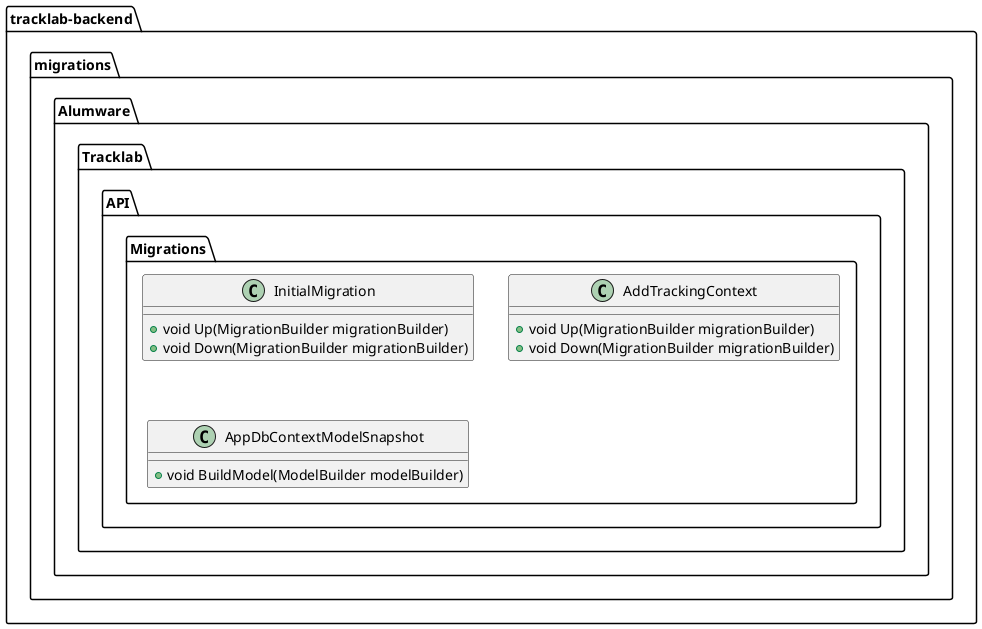
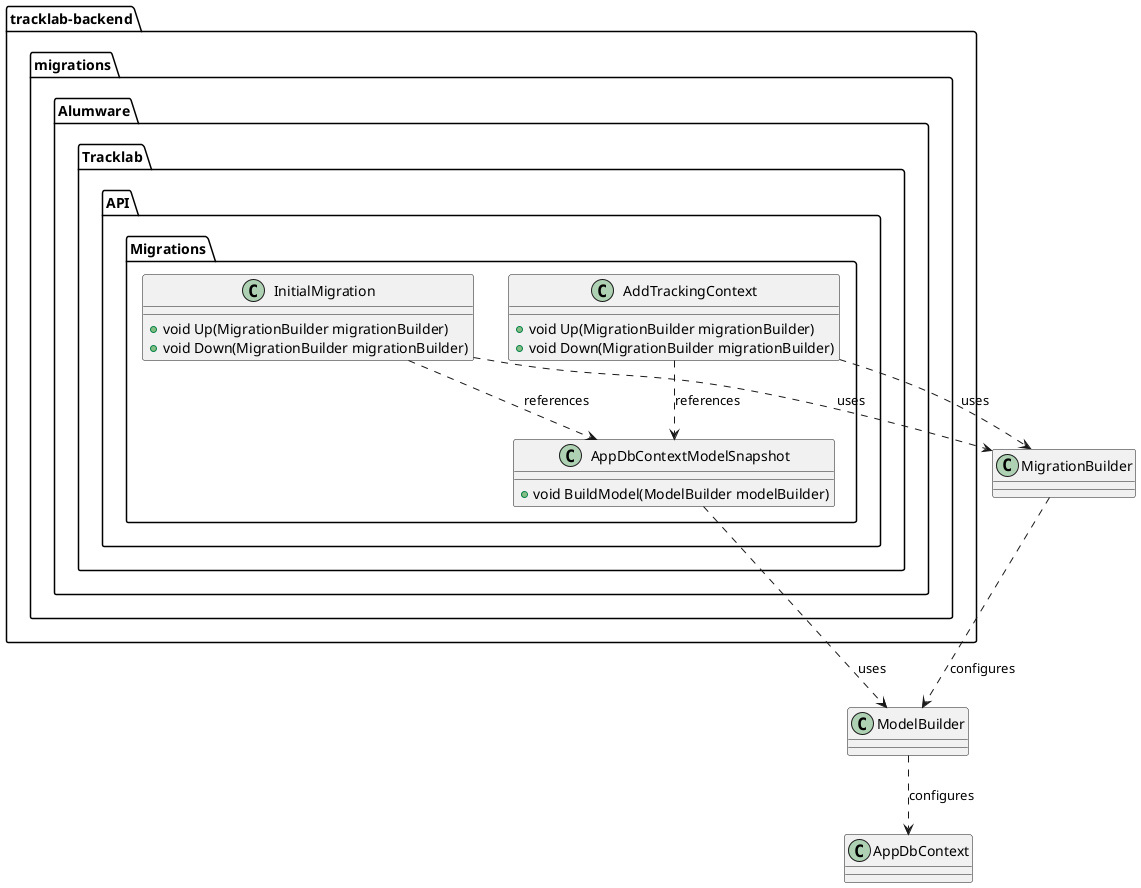
@startuml
package tracklab-backend as tracklab_backend {
    package migrations {
        namespace Alumware.Tracklab.API.Migrations {
            class InitialMigration {
                + void Up(MigrationBuilder migrationBuilder)
                + void Down(MigrationBuilder migrationBuilder)
            }
            class AddTrackingContext {
                + void Up(MigrationBuilder migrationBuilder)
                + void Down(MigrationBuilder migrationBuilder)
            }
            class AppDbContextModelSnapshot {
                + void BuildModel(ModelBuilder modelBuilder)
            }
        }
    }
}
+ 
+ ' ======== RELACIONES ========
+ 
+ ' Relaciones de uso entre Migrations y Entity Framework
+ InitialMigration ..> MigrationBuilder : uses
+ AddTrackingContext ..> MigrationBuilder : uses
+ AppDbContextModelSnapshot ..> ModelBuilder : uses
+ 
+ ' Relaciones de dependencia entre migraciones
+ InitialMigration ..> AppDbContextModelSnapshot : references
+ AddTrackingContext ..> AppDbContextModelSnapshot : references
+ 
+ ' Relaciones de configuración de Entity Framework
+ MigrationBuilder ..> ModelBuilder : configures
+ ModelBuilder ..> AppDbContext : configures
+ 
@enduml